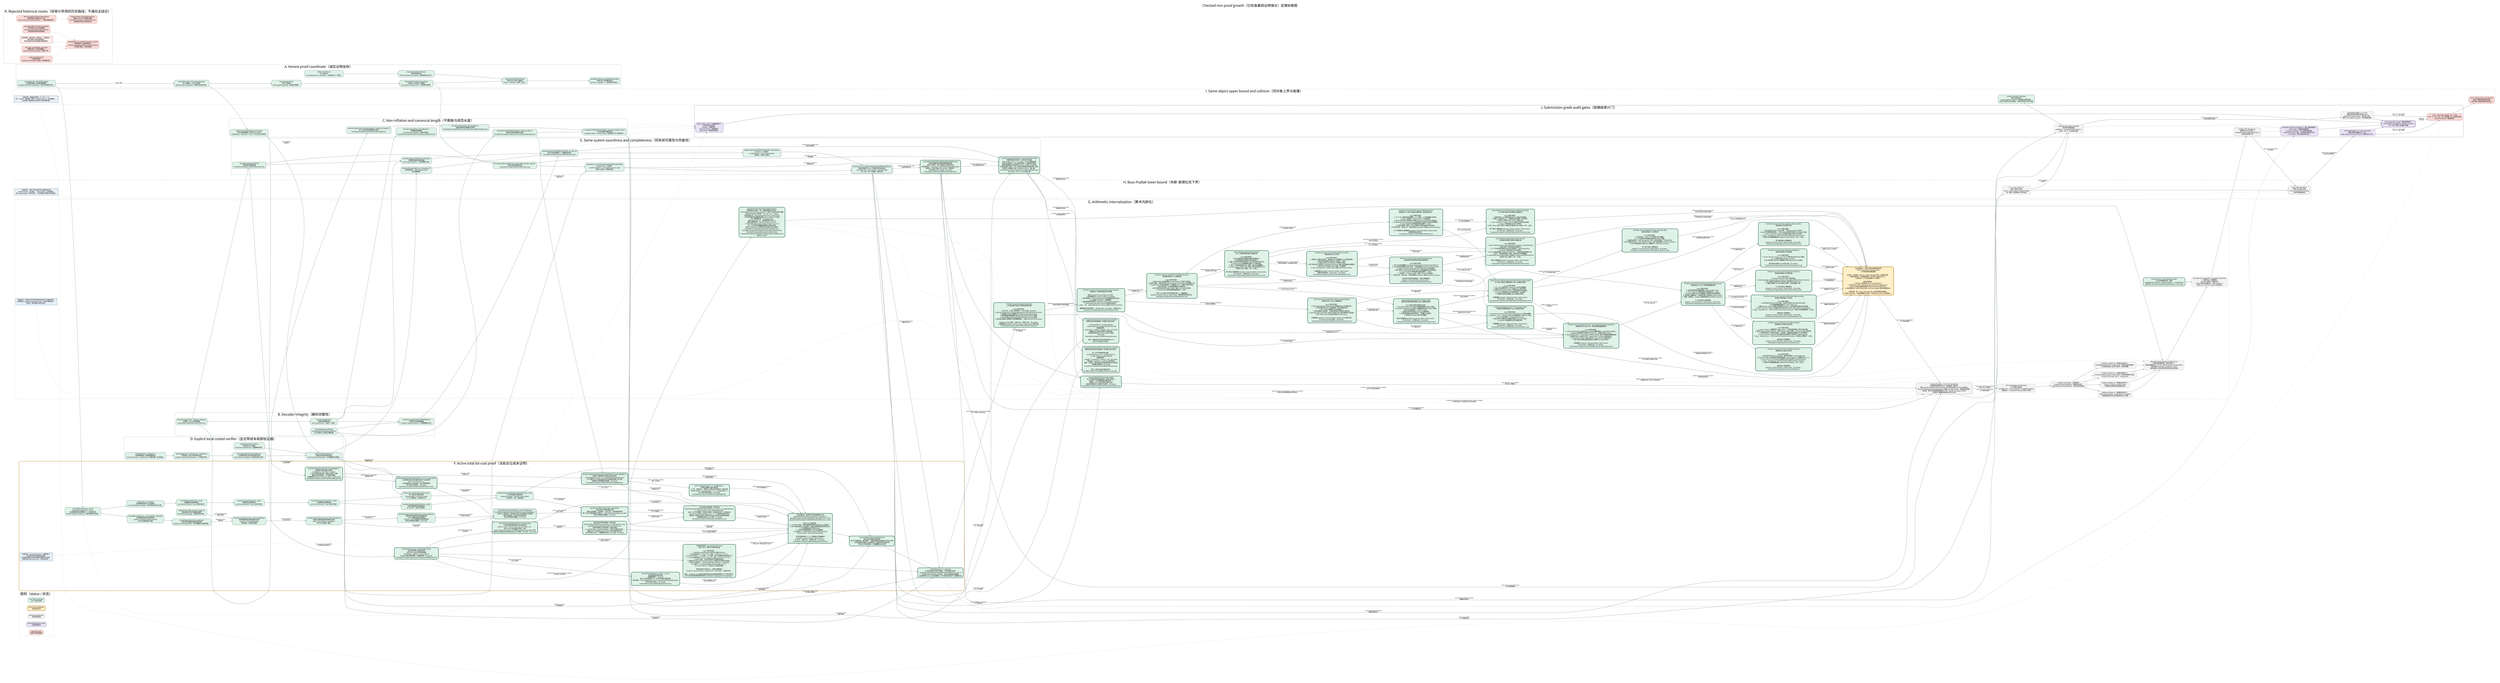
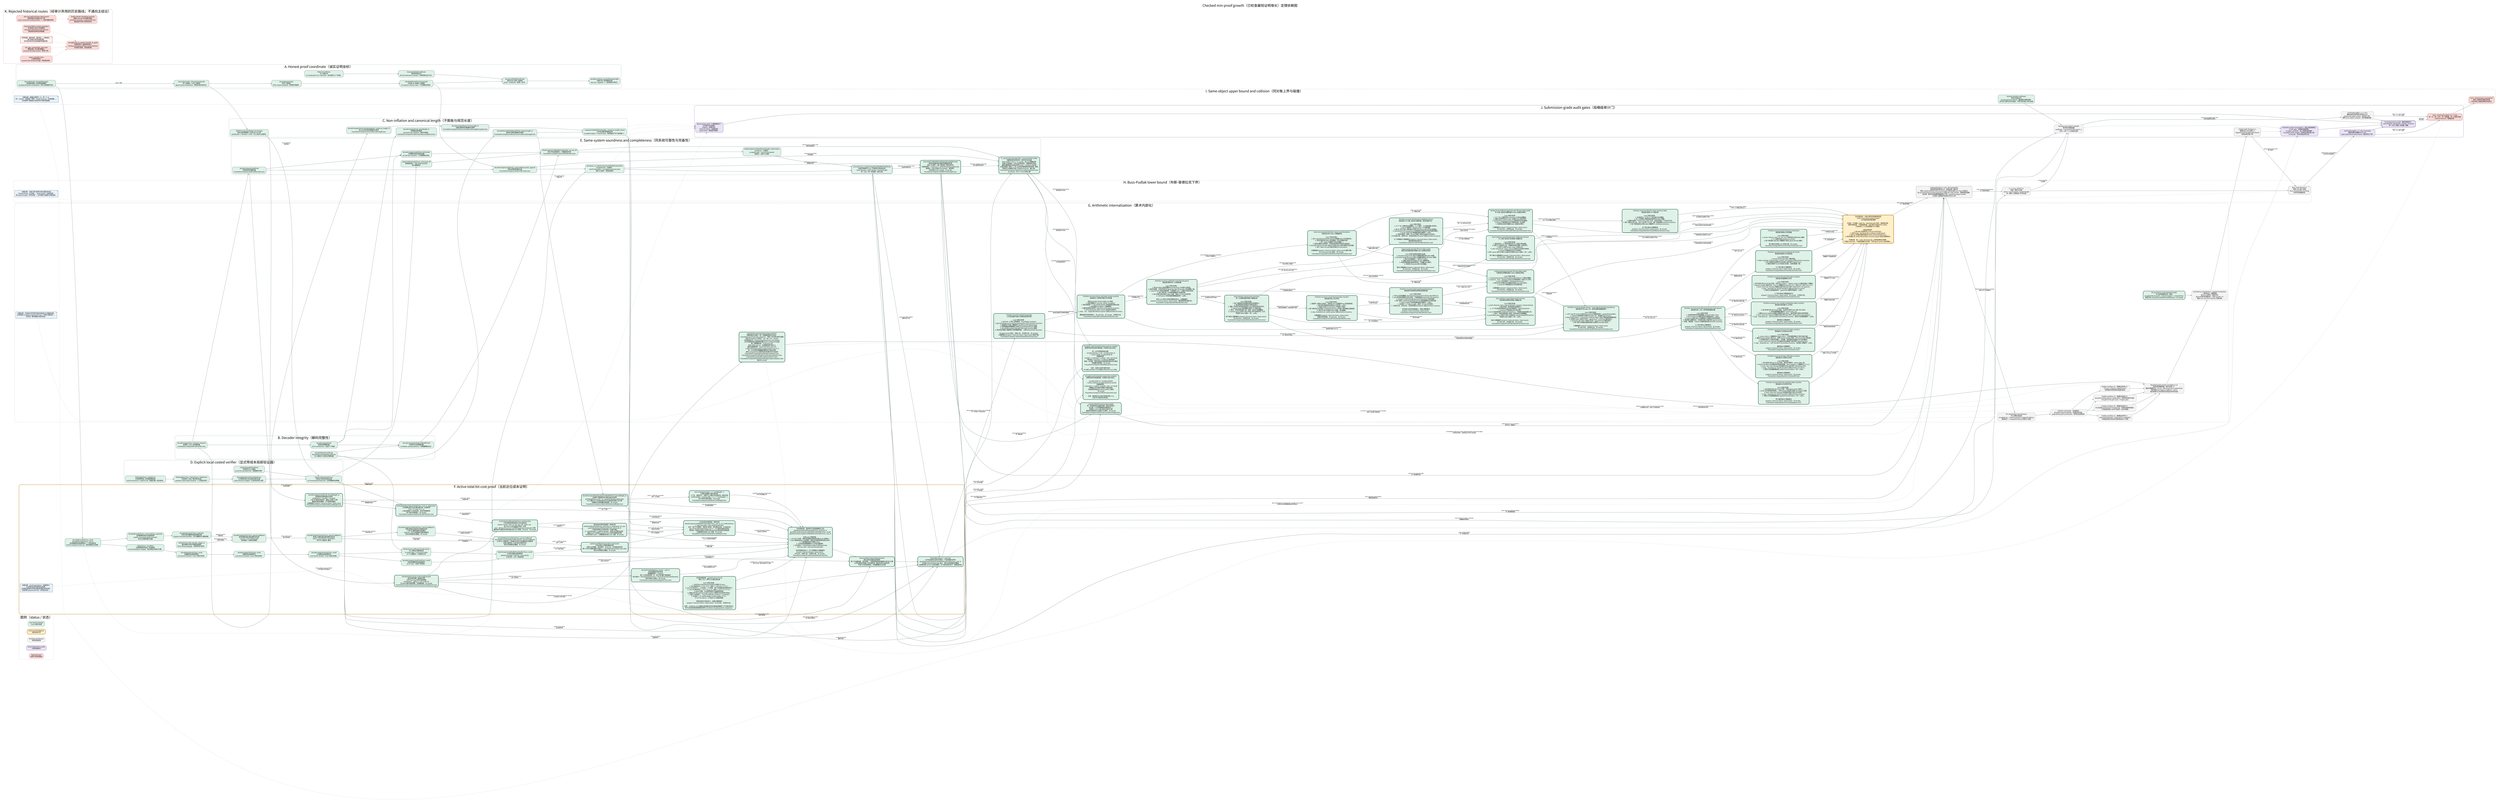
digraph CheckedMinProofDependencies {
  graph [
    rankdir=LR,
    bgcolor="white",
    compound=true,
    newrank=true,
    pad="0.35",
    nodesep="0.30",
    ranksep="0.62",
    fontname="Noto Sans CJK SC",
    fontsize=24,
    label="Checked min-proof growth（已检查最短证明增长）定理依赖图",
    labelloc="t",
    labeljust="c"
  ];
  node [
    shape=box,
    style="rounded,filled",
    fontname="Noto Sans CJK SC",
    fontsize=10.5,
    color="#526d75",
    fillcolor="#eef3f4",
    margin="0.14,0.09",
    penwidth=1.2
  ];
  edge [
    fontname="Noto Sans CJK SC",
    fontsize=8.5,
    color="#65777d",
    arrowsize=0.68,
    penwidth=1.05
  ];

  subgraph cluster_legend {
    label="图例（status / 状态）";
    color="#c8d1d4";
    style="rounded";
    done [label="Lean kernel checked\nLean 内核已检查", fillcolor="#dff2e8", color="#3f7c66"];
    active [label="Active proof obligation\n当前证明义务", fillcolor="#fff0c9", color="#b37a12", penwidth=2.2];
    pending [label="Pending root theorem\n待闭合根定理", fillcolor="#f3f3f3", color="#777777", style="rounded,filled,dashed"];
    audit [label="Axiom/dependency audit\n公理/依赖审计", fillcolor="#e9e3f5", color="#76639a"];
    rejected [label="Rejected route\n经审计弃用的路线", fillcolor="#f8d9d6", color="#a8443d", style="rounded,filled,dashed"];
  }

  subgraph cluster_coordinate {
    label="A. Honest proof coordinate（诚实证明坐标）";
    color="#8fb7aa";
    style="rounded";

    natcode [label="binaryNatCode / decodeBinaryNat\n自然数前缀码 / 自然数前缀解码\nescaped-bit prefix serialization（转义位前缀序列化）", fillcolor="#dff2e8"];
    syntaxcode [label="binaryTermCode + binaryFormulaCode\n项二进制码 + 公式二进制码\ntyped syntax serialization（类型化语法序列化）", fillcolor="#dff2e8"];
    sequentcode [label="binarySequentCode\n序列二进制码\nfinite sequent payload（有限序列载荷）", fillcolor="#dff2e8"];
    prooftree [label="CheckedPAProofTree.binaryCode\n已检查 PA 证明树二进制码\n10 sequent-calculus rules（十条相继式规则）", fillcolor="#dff2e8"];
    axiomcert [label="PAAxiomCertificate\nPA 公理证书\n23 constructors incl. induction（含归纳的 23 个构造）", fillcolor="#dff2e8"];
    structcert [label="StructuralValidityCertificate\n结构有效性证书\nall local witnesses counted（全部局部见证计长）", fillcolor="#dff2e8"];
    certifiedcode [label="binaryCertifiedPAProofCode\n带证书 PA 证明二进制码\nproof + certificate（证明 + 证书）", fillcolor="#dff2e8"];
    packedcode [label="packBinaryString / packedPayloadLength\n位串打包 / 有效载荷长度\nNat.size = payload + 1（自然数位长等式）", fillcolor="#dff2e8"];

    natcode -> syntaxcode [label="labels / 标签"];
    syntaxcode -> sequentcode;
    sequentcode -> prooftree;
    axiomcert -> structcert;
    prooftree -> certifiedcode;
    structcert -> certifiedcode;
    certifiedcode -> packedcode;
  }

  subgraph cluster_decoder {
    label="B. Decoder integrity（解码完整性）";
    color="#8fb7aa";
    style="rounded";

    typeddecoder [label="decodeCompactTerm / Formula / Sequent\n紧凑项 / 公式 / 序列解码器\nFoundationCompactPAProofVerifier.lean", fillcolor="#dff2e8"];
    proofdecoder [label="decodeCompactProof\n紧凑证明树解码器\nall 10 constructors（全部十个构造）", fillcolor="#dff2e8"];
    certdecoder [label="decodePAAxiomCertificate\ndecodeStructuralValidityCertificate\nPA 公理证书 / 结构证书解码器", fillcolor="#dff2e8"];
    packeddecoder [label="decodeCompactPackedCertifiedPAProof\n打包带证书证明解码器\nno hidden auxiliary witness（无隐藏辅助见证）", fillcolor="#dff2e8"];

    typeddecoder -> proofdecoder;
    certdecoder -> packeddecoder;
    proofdecoder -> packeddecoder;
  }

  subgraph cluster_size {
    label="C. Non-inflation and canonical length（不膨胀与规范长度）";
    color="#8fb7aa";
    style="rounded";

    structural [label="decodeCompactProof_parseWeight_le\n证明解码结构量界\nstructural non-inflation（结构不膨胀）\nFoundationCompactProofDecoderStructuralBound.lean", fillcolor="#dff2e8"];
    syntaxcanonical [label="decodeCompactTerm/Formula/Sequent_canonical_length_le\n项/公式/序列规范重编码长度界\nFoundationCompactCanonicalDecodeLength.lean", fillcolor="#dff2e8"];
    proofcanonical [label="decodeCompactProof_binaryLength_le\n完整证明树规范重编码长度界\nFoundationCompactProofCanonicalDecodeLengthComplete.lean", fillcolor="#dff2e8"];
    certcanonical [label="decodeStructuralValidityCertificate_binaryLength_le\n结构证书规范重编码长度界\nFoundationCompactCertificateCanonicalDecodeLength.lean", fillcolor="#dff2e8"];
    totalcanonical [label="compactCertifiedPAProofVerifier_canonical_length_bound\n公开验证器规范载荷总界\naccepted output <= honest input（接受输出不长于诚实输入）", fillcolor="#dff2e8"];
    transformsize [label="shift/free/neg/substitution size bounds\n移位/自由变量嵌入/否定/代入大小界\nsubstitution <= formula × term（代入至多公式乘项）", fillcolor="#dff2e8"];

    typeddecoder -> syntaxcanonical;
    proofdecoder -> structural;
    syntaxcanonical -> proofcanonical;
    certdecoder -> certcanonical;
    proofcanonical -> totalcanonical;
    certcanonical -> totalcanonical;
    syntaxcode -> transformsize;
  }

  subgraph cluster_explicit_local {
    label="D. Explicit local costed verifier（显式带成本局部验证器）";
    color="#8fb7aa";
    style="rounded";

    biteq [label="bitStringEqTrace / natEqTrace\n位串相等轨迹 / 自然数相等轨迹\nresult correctness + explicit cost（结果正确 + 显式成本）", fillcolor="#dff2e8"];
    bitset [label="bitStringMemTrace / SubsetTrace / SetEqTrace\n位串成员 / 包含 / 集合等价轨迹\nquadratic-style explicit bounds（二次型显式界）", fillcolor="#dff2e8"];
    formulalist [label="formulaEq/Mem/Subset/SetEqTrace\n公式相等/成员/包含/集合等价轨迹\ncode emission charged（公式码生成已计费）", fillcolor="#dff2e8"];
    listedtree [label="ListedCheckedPAProofTree\n列表序列 PA 证明树\npreserves decoded lists（保留解码列表）", fillcolor="#dff2e8"];
    listedcert [label="listedCertificateValidTrace\n列表证书有效性成本轨迹\nno Finset decide black box（无有限集判定黑箱）", fillcolor="#dff2e8"];

    biteq -> bitset;
    bitset -> formulalist;
    listedtree -> listedcert;
    formulalist -> listedcert;
    transformsize -> listedcert [label="local transforms\n局部变换"];
  }

  subgraph cluster_same_system {
    label="E. Same-system soundness and completeness（同系统可靠性与完备性）";
    color="#8fb7aa";
    style="rounded";

    listdecoder [label="decodeCompactListedProof\n列表保持证明解码器\nFoundationCompactListedProofDecoder.lean", fillcolor="#dff2e8"];
    projection [label="decodeCompactListedProof_toChecked\n列表解码投影到原检查器\n10-rule fuel induction（十规则燃料归纳）", fillcolor="#dff2e8"];
    localiff [label="listedCertificateValidTrace_toChecked_iff\n新局部轨迹 <-> 原 certificateValid\n语义精确等价", fillcolor="#dff2e8"];
    publiciff [label="listedCompactCertifiedPAProofVerifier_eq_true_iff\n新公开验证器接受 <-> 精确检查关系\nFoundationCompactListedCertifiedVerifier.lean", fillcolor="#dff2e8"];
    soundness [label="listedCompactCertifiedPAProofVerifier_toDerivation\nsoundness（可靠性）\naccepted code -> real PA Derivation2\n接受码 -> 真实 PA 推导", fillcolor="#dff2e8"];
    listencoder [label="decodeCompactListedProof_canonicalBinaryCode_append\n列表证明规范编码往返\nFoundationCompactListedProofEncoder.lean", fillcolor="#dff2e8"];
    completeness [label="derivation_to_listedCompactCertifiedPAProofVerifier\ncompleteness（完备性）\nreal PA derivation -> accepted canonical code\n真实 PA 推导 -> 规范接受码", fillcolor="#dff2e8"];
    predicate [label="Concrete P(x,y) / ListedCompactCertifiedPAProofChecks\n具体证明谓词 P(x,y) / 列表带证书检查关系\nsame formula + same checker + honest length\n同一公式 + 同一检查器 + 诚实长度", fillcolor="#dff2e8", penwidth=2.0];
    minmeasure [
      label="minListedCertifiedPAProofPayloadLength(formula)\n具体检查器诱导的最短完整载荷长度\n真实 PA 推导 -> 最小值由某个接受码实现\n任意接受码 -> minimum <= packedPayloadLength(code)\n接受码 -> 同公式真实 Derivation2（推导树）\n无项目级 proof_length；无 sorryAx\nFoundationCompactListedMinProofLength.lean",
      fillcolor="#dff2e8", color="#2f6f57", penwidth=2.8
    ];
    canonicalnormalize [
      label="P_canon(code, formulaCode) + canonical Bool verifier\n纯数值规范证明关系 + 规范布尔验证器\nBool verifier = true <-> P_canon，由 Lean 精确证明\n任意公开接受码 -> 同公式码规范码，完整载荷不增长\n最短完整载荷必由真实规范 proof + certificate 码实现\n全体码有限一致性 <-> 同 cutoff 的纯数值规范码有限一致性\n非规范/冗余编码不能人为压低 minimum（最小值）\nFoundationCompactListedCanonicalNormalization.lean\n无 sorryAx；仅三个 Lean 标准公理",
      fillcolor="#dff2e8", color="#2f6f57", penwidth=2.8
    ];

    typeddecoder -> listdecoder;
    listdecoder -> projection;
    proofdecoder -> projection;
    listedcert -> localiff;
    projection -> publiciff;
    localiff -> publiciff;
    packeddecoder -> publiciff;
    publiciff -> soundness;
    prooftree -> listencoder;
    listdecoder -> listencoder;
    listencoder -> completeness;
    listedcert -> completeness;
    soundness -> predicate;
    completeness -> predicate;
    predicate -> minmeasure [label="minimum over accepted codes\n对接受码取最小值"];
    completeness -> minmeasure [label="nonempty accepted set\n接受集合非空"];
    publiciff -> canonicalnormalize [label="decode every accepted code\n解码任意接受码"];
    listencoder -> canonicalnormalize [label="canonical re-encoding\n规范重编码"];
    totalcanonical -> canonicalnormalize [label="no payload growth\n载荷不增长"];
    minmeasure -> canonicalnormalize [label="minimum realized canonically\n最小值由规范码实现"];
  }

  subgraph cluster_cost_active {
    label="F. Active total bit-cost proof（当前总位成本证明）";
    color="#c18a27";
    style="rounded,bold";

    nattrace [label="decodeBinaryNatTrace_result\ndecodeBinaryNatTrace_cost_le\n自然数解码轨迹结果等价 + 二次位成本界\nNat.bit charged by Nat.size（按自然数位长收费）", fillcolor="#dff2e8", color="#3f7c66"];
    tracebind [label="OptionTrace + traceBind\n可选结果成本轨迹 + 轨迹绑定\nevery bind/failure charged（每次绑定/失败均计费）", fillcolor="#dff2e8", color="#3f7c66"];
    vectortrace [label="decodeManyVectorTrace_result\n向量解码轨迹结果等价\nLean kernel checked（Lean 内核已检查）", fillcolor="#dff2e8", color="#3f7c66"];
    termtrace [label="decodeCompactTermTrace_result\n项解码轨迹结果等价\nLean kernel checked（Lean 内核已检查）", fillcolor="#dff2e8", color="#3f7c66"];
    formulatrace [label="decodeCompactFormulaTrace_result\n公式解码轨迹结果等价\nLean kernel checked（Lean 内核已检查）", fillcolor="#dff2e8", color="#3f7c66"];
    prooftrace [label="decodeCompactListedProofTrace_result\n列表证明解码轨迹结果等价\nall 10 rules（全部十条规则）", fillcolor="#dff2e8", color="#3f7c66"];
    certtrace [label="PA/structural certificate decoder traces\nPA / 结构证书解码轨迹\n23 axiom tags + 4 recursive nodes\n23 个公理标签 + 4 种递归节点", fillcolor="#dff2e8", color="#3f7c66"];
    publictrace [label="listedCompactCertifiedPAProofVerifierTrace_result\n公开验证器轨迹结果等价\npacked envelope + formula + local checks\n打包外壳 + 公式 + 局部检查", fillcolor="#dff2e8", color="#3f7c66"];
    natpotential [label="decodeBinaryNatTrace_success/failure_potential\n自然数解码成功/失败势能界\nquartic consumed-prefix invariant\n四次已消费前缀不变量", fillcolor="#dff2e8", color="#3f7c66"];
    vectorpotential [label="decodeManyVectorTrace_potential\n任意长度向量解码摊还势能定理\ndisjoint consumed prefixes（互不重叠的已消费前缀）", fillcolor="#dff2e8", color="#3f7c66"];
    symbolcharge [label="arithmeticFunc/Rel_decode_charge_le\n算术函数/关系符号解码收费界\nfinite ORing language（有限有序环语言）", fillcolor="#dff2e8", color="#3f7c66"];
    termpotential [label="decodeCompactTermTrace_parserCostBound\n紧凑项解码器全路径摊还成本界\nsuccess + every failure path\n成功路径 + 全部失败路径", fillcolor="#dff2e8", color="#3f7c66"];
    formulapotential [label="decodeCompactFormulaTrace_parserCostBound\n紧凑公式解码器全路径摊还成本界\natoms / connectives / quantifiers\n原子式 / 联结词 / 量词", fillcolor="#dff2e8", color="#3f7c66"];
    proofpotential [
      label="decodeCompactListedProofTrace_parserCostBound\n列表证明树全路径四次势能成本界\n十条 PA 相继式规则全部通过\nand/cut 二叉子证明势能已望远镜相消\n成功/失败路径全覆盖；无 sorryAx",
      fillcolor="#dff2e8", color="#3f7c66"
    ];
    certpotential [
      label="decodePAAxiomCertificateTrace_parserCostBound\ndecodeStructuralValidityCertificateTrace_parserCostBound\n23 种 PA 公理标签 + 4 种递归证书节点全路径四次势能界\n归纳公理体和二元证书树已摊还闭合\n成功/失败路径全覆盖；无 sorryAx",
      fillcolor="#dff2e8", color="#3f7c66", penwidth=2.2
    ];
    packedcost [
      label="packed proof/formula decoder cost bounds\n打包证明/公式解码器成本界\n证明+证书串联、末位哨兵、dropLast、空后缀全部闭合\n两个公开打包解码器均不超过 2 × decoderPotential(Nat.size code)\n成功/失败路径全覆盖；无 sorryAx",
      fillcolor="#dff2e8", color="#2f6f57", penwidth=2.8
    ];
    transformcode [
      label="transformation binary-code length bounds\n语法变换完整二进制码长界\nshift/free/neg 均至多线性膨胀\nsubstitution：|phi[t]| <= 3(F+1)(W+1)F\n含 qpow 量词深度预算；无隐藏参数；无 sorryAx\nFoundationCompactSyntaxTransformationCodeBounds.lean",
      fillcolor="#dff2e8", color="#2f6f57", penwidth=2.8
    ];
    negtrace [
      label="binaryFormulaNegTrace_result / _cost_le\n否定变换真实递归轨迹\n结果精确等于 ∼formula\n每个公式构造收费一步；原子项向量不重复遍历\n执行成本 <= formulaSymbolCount <= |binaryFormulaCode(formula)|\n单文件探针已通过；无 sorryAx\nFoundationCompactSyntaxNegationTrace.lean",
      fillcolor="#dff2e8", color="#2f6f57", penwidth=2.8
    ];
    axmjoint [
      label="axm comparator input <= 2 * jointWeight + 1\n公理比较器输入联合坐标界\n上下文、候选句子、完整 PA 公理证书均落在同一诚实位权\ncertificateBits + sentenceBits + 1 <= 2 * jointWeight + 1\n四个坐标引理已通过；无 sorryAx\nFoundationCompactListedAxiomJointWeight.lean",
      fillcolor="#dff2e8", color="#2f6f57", penwidth=2.8
    ];
    honestproof [
      label="decodeCompactListedProof_honestWeight_le\n列表保持证明树诚实位权界\nweight(tree) + 8|suffix| <= 8|input|\n十条 PA 规则全部闭合；重复公式逐个计费\n覆盖任意成功解码，不只是规范编码\n公理画像仅 propext / Classical.choice / Quot.sound\nFoundationCompactListedProofHonestWeight.lean",
      fillcolor="#dff2e8", color="#2f6f57", penwidth=2.8
    ];
    honestcert [
      label="decodeCompactPackedListedCertifiedPAProof_honestWeight_le\n证明树+完整结构证书联合诚实位权界\njointWeight(tree,cert) <= 8 * packedPayloadLength(code)\nPA 公理证书 23 标签及递归证书全部由实际输入位计费\n无辅助见证和隐藏长度参数；无 sorryAx\nFoundationCompactListedCertifiedHonestWeight.lean",
      fillcolor="#dff2e8", color="#2f6f57", penwidth=2.8
    ];
    localprimitives [
      label="formulaEq/Mem/Subset/SetEqTrace_cost_le_polynomial\n公式相等/成员/包含/集合等价统一位成本界\nP(w) = 4 + 2(w+3)^2 + w\nw 是全部输入公式码位权，包含列表重复项\n四个端点全部通过；无 sorryAx\nFoundationCompactListedLocalCostPrimitives.lean",
      fillcolor="#dff2e8", color="#2f6f57", penwidth=2.8
    ];
    localbranches9 [
      label="10/10 listedCertificateValidTrace cost branches\n十条证明规则局部成本分支全部闭合\nclosed / verum / and / or / all / exs / wk / shift / cut：\n由 P(G(w)) 及生成语法界统一计费\naxm：由 A(w)=K*(2w+1)^12 的真实 guarded comparator 计费\n最终每节点固定多项式包络已由 Lean 检查；无 haxm、无 sorryAx",
      fillcolor="#dff2e8", color="#2f6f57", penwidth=2.8
    ];
    localinduction [
      label="联合坐标内部归纳骨架 + 具体实例\nlistedCertificateValidTrace_jointCost_le_polynomial_of_axm\nguardedListedCertificateValidTrace_jointCost_le\n十规则证明树/证书同步统一归纳已通过\nb = proofWeight + certificateWeight（证明+证书联合位权）\n抽象 haxm 已由真实 guarded axm 成本定理具体消除\n公开实例无 haxm；公理画像仅标准 Lean 公理；无 sorryAx",
      fillcolor="#dff2e8", color="#2f6f57", penwidth=2.8
    ];
    publicskeleton [
      label="公开总成本内部骨架 + 具体实例\nlistedCompactCertifiedPAProofVerifierTrace_cost_le_of_certificateTrace\ns = Nat.size(code) + Nat.size(formulaCode)\n合并：两个打包解码、局部证书检查、结论集合比较、公式码比较\nQ(s)=4*decoderPotential(s)+L(s)+1，L(s) 是显式固定多项式\n原先唯一内部证书成本义务现已由 guarded 联合成本定理消除\n公理画像仅标准 Lean 公理；无 sorryAx\nFoundationCompactListedPublicCostSkeleton.lean",
      fillcolor="#dff2e8", color="#2f6f57", penwidth=2.8
    ];
    publiccost [
      label="【主终端完成：具体带守卫检查器最终汇合】\nguardedListedCertificateValidTrace_jointCost_le\nguardedListedCompactCertifiedPAProofVerifierTrace_result\nguardedListedCompactCertifiedPAProofVerifierTrace_cost_le\n\n已由 Lean 内核检查：\n1. axm 的 23 标签、接受/拒绝路径和候选长度 guard 全部统一；\n2. axm 局部成本进入与证明树、结构证书相同的诚实联合位权；\n3. 十规则整树成本不再带 haxm；\n4. 公开轨迹结果精确等于公开验证器结果；\n5. 总位成本 <= listedPublicVerifierCostPolynomial(\n   Nat.size code + Nat.size formulaCode)。\n\n定向构建退出码 0；五个关键端点公理画像仅\npropext / Classical.choice / Quot.sound。\n无 haxm、无输入包、无项目公设、无 sorryAx。\nFoundationCompactListedGuardedAxiomCost.lean",
      fillcolor="#dff2e8", color="#2f6f57", penwidth=2.8
    ];
    amortized [label="Success/failure total potential bound\n成功/失败全路径总势能界\n两个打包解码器、语法变换、十规则局部检查和最终比较均已计费\n公开轨迹的所有输入对均满足同一固定多项式位成本界\n不是只分析接受路径；无隐藏辅助见证长度", fillcolor="#dff2e8", color="#2f6f57", style="rounded,filled", penwidth=2.8];
    costnote [shape=note, label="关键注释：result equivalence（结果等价）\n只证明轨迹没有改掉验证结果；\n必须再证明成功/失败全路径的固定多项式界，\n才能声称 polynomial time（多项式时间）。", fillcolor="#e8f1f8", color="#4e7892"];
    transformtrace [label="【共享终端完成：guarded axiom trace】\n移位 / 代入 / 带守卫公理比较轨迹\n\nLean 内核已检查：\n1. shift/free/substitution/list/fixitr 的真实 QTrace；\n2. fixitr 输出码长 <= 4*(L+1)^2；成本 <= 128*(m+L+1)^2*L；\n3. succInd 四次代入、三次否定、三个析取、两个全称量词全部真实执行；\n4. succInd 输出码长 <= 10^7*(L+1)^4；成本 <= 10^11*(L+1)^12；\n5. guard 完备：合法相等候选不会被提前拒绝；\n6. 接受分支 fixitr/allClosure/formulaEq 与拒绝分支总成本均闭合；\n7. 全部 23 标签统一：true iff certificate.sentence = candidate；\n8. 总成本 <= K*(certificateBits+sentenceBits+1)^12，\n   K=10^30+(3B+4)，B 为显式 26 句固定预算。\n\n两条验收命令退出码 0；关键公理画像仅\npropext / Classical.choice / Quot.sound；无 sorryAx、无项目公设。\n\n边界：certificate-only 直接生成完整归纳句在稀疏变量编号下不可能多项式；\n本节点完成的是保持接受关系的 candidate-length guarded comparator。", fillcolor="#dff2e8", color="#2f6f57", style="rounded,filled", penwidth=2.8];
    polytime [label="VerifierBitCost(x,y) <= p(|x|+|y|)\n公开验证器总位成本不超过一个显式固定多项式\nguardedListedCompactCertifiedPAProofVerifierTrace_cost_le\n对全部 code/formulaCode 成立，成功与失败路径均覆盖\n这里是项目 QTrace 位成本模型；PA 内短证明仍由下一簇单独完成", fillcolor="#dff2e8", color="#2f6f57", style="rounded,filled", penwidth=2.8];

    natcode -> nattrace;
    nattrace -> tracebind;
    tracebind -> vectortrace;
    vectortrace -> termtrace;
    termtrace -> formulatrace;
    formulatrace -> prooftrace;
    certdecoder -> certtrace;
    formulatrace -> certtrace;
    prooftrace -> publictrace;
    certtrace -> publictrace;
    publictrace -> amortized [label="exact behavior first\n先固定精确行为"];
    nattrace -> natpotential;
    natpotential -> vectorpotential;
    vectorpotential -> termpotential [label="argument vectors\n参数向量"];
    symbolcharge -> termpotential [label="finite symbol decoding\n有限符号解码"];
    termpotential -> formulapotential [label="terms inside atoms\n原子式中的项"];
    formulapotential -> proofpotential [label="formulas inside sequents\n序列中的公式"];
    proofpotential -> certpotential [label="proof/certificate alignment\n证明树/证书树对齐"];
    formulapotential -> certpotential [label="induction body\n归纳公理体"];
    certpotential -> packedcost [label="proof + certificate stream\n证明 + 证书串"];
    publictrace -> packedcost [label="same executable result\n同一可执行结果"];
    packedcost -> publiccost [label="decoded objects\n已解码对象"];
    transformsize -> transformcode [label="from symbol count to full bits\n从符号数提升到完整位长"];
    transformcode -> negtrace [label="input bit-length control\n输入位长控制"];
    negtrace -> publiccost [label="closed/cut negation charge\n闭合/切规则否定计费"];
    transformcode -> publiccost [label="generated-code bounds\n生成公式码长界"];
    listdecoder -> honestproof [label="all successful parses\n全部成功解码"];
    honestproof -> honestcert [label="proof-tree charge\n证明树计费"];
    certcanonical -> honestcert [label="full certificate bits\n完整证书位"];
    honestcert -> publiccost [label="joint decoded-data bound\n联合解码数据界"];
    honestcert -> axmjoint [label="proof + certificate coordinate\n证明 + 证书坐标"];
    axmjoint -> publiccost [label="guarded comparator input bound\n带守卫比较器输入界"];
    listedcert -> localprimitives [label="exact trace costs\n精确轨迹成本"];
    honestproof -> localprimitives [label="duplicate-preserving weights\n保留重复项位权"];
    localprimitives -> publiccost [label="uniform quadratic bound\n统一二次界"];
    localprimitives -> localbranches9 [label="per-rule instantiation\n逐规则实例化"];
    transformcode -> localbranches9 [label="generated syntax bounds\n生成语法界"];
    localbranches9 -> publiccost [label="nine checked branches\n九条已检查分支"];
    localbranches9 -> localinduction [label="structural aggregation\n结构汇总"];
    localinduction -> publiccost [label="haxm concretely discharged\nhaxm 已由具体定理消除"];
    localinduction -> publicskeleton [label="local certificate polynomial\n局部证书多项式"];
    packedcost -> publicskeleton [label="two packed decoder bounds\n两个打包解码界"];
    honestcert -> publicskeleton [label="decoded joint weight\n解码联合位权"];
    publicskeleton -> publiccost [label="concrete discharge checked\n具体消义务已检查"];
    listedcert -> publiccost [label="explicit local checks\n显式局部检查"];
    publiccost -> amortized;
    totalcanonical -> amortized [label="consumed-length control\n消费长度控制"];
    costnote -> amortized [style=dotted, arrowhead=none, constraint=false];
    transformcode -> transformtrace;
    transformtrace -> publiccost [label="guarded axm + shift/free/substitution costs\n带守卫公理 + 移位/自由化/代入成本"];
    amortized -> polytime;
    transformtrace -> polytime;
    totalcanonical -> polytime [label="input/output length control\n输入输出长度控制"];
    listedcert -> polytime [label="local cost bounds\n局部成本界"];
    predicate -> polytime [label="exact executable relation\n精确可执行关系"];
  }

  subgraph cluster_internalization {
    label="G. Arithmetic internalization（算术内部化）";
    color="#9a9a9a";
    style="rounded,dashed";

    listedconmeta [label="ListedCertifiedFiniteConsistencyAt(k)\n同一列表保持验证器的有限一致性元层语义\n无长度 <= k 的完整载荷码被接受为 ⊥\n普通及 2^(A*n) 放大版本无条件为真\n接受反向恢复同公式真实 PA 推导；无 sorryAx\nFoundationCompactListedFiniteConsistencyTarget.lean", fillcolor="#dff2e8", color="#2f6f57", penwidth=2.8];
    arithinput [label="Primitive-recursive packed input layer\n公开验证器打包输入的原始递归算术层\n\nLean 内核已检查：\n1. Nat.bits（小端二进制展开）为 primitive recursive；\n2. getLast?/dropLast 与 sentinel payload peel 均为 primitive recursive；\n3. 剥离成功 iff 输入精确等于 packBinaryString(payload)；\n4. 新剥离器结果精确等于现有 packedPayloadTrace 结果；\n5. decodeBinaryNat 已由 right-fold state machine 重建；\n6. 新状态机逐输入精确等于原前缀解码器，二者均为 primitive recursive。\n\n无 typed syntax 假设、无输入包、无项目公设、无 sorryAx；\n公理画像仅 propext / Classical.choice / Quot.sound 或其子集。\nFoundationCompactListedVerifierArithmeticInput.lean", fillcolor="#dff2e8", color="#2f6f57", penwidth=2.8];
    tokenstream [label="Primitive-recursive binary-Nat token stream machine\n原始递归二进制自然数记号流机器\n\n具体 bounded iterator 已由 Lean 检查：\n1. 状态明确区分 running / failed / accepted；\n2. 每步调用同一个 decodeBinaryNat 并保留真实剩余位串；\n3. 总步数由 inputBits+1 明确限制；\n4. 最终结果逐位串等于 repeated-prefix reference parser；\n5. binaryNatCode token stream 的规范往返成立；\n6. step、run、output 和 reference parser 全部 primitive recursive。\n\n覆盖畸形和非规范输入；无 rawCode、无 sorryAx、无项目公设。\nFoundationCompactBinaryNatStreamMachine.lean", fillcolor="#dff2e8", color="#2f6f57", penwidth=2.8];
    bitsync [label="Exact noncanonical bit/token stream synchronization\n非规范位流与 token 流精确同步\n\nLean 内核已检查：\n1. 定义 repeated decodeBinaryNat 的精确 token/位后缀关系；\n2. 关系可按任意 token 前后缀唯一切分并重新合成；\n3. 同一 token 前缀留下的位后缀唯一；\n4. 规范位编码只是特例，不把非规范高位零误判为规范码；\n5. bounded stream decoder 成功 iff 全部 token 恰好消费至空位后缀；\n6. 每个 token-list split 都对应真实 bit boundary。\n\n公理画像仅 propext / Classical.choice / Quot.sound 或其子集；\n无 canonical-input 假设、无 sorryAx。\nFoundationCompactBinaryNatStreamSynchronization.lean", fillcolor="#dff2e8", color="#2f6f57", penwidth=2.8];
    syntaxparser [label="Primitive-recursive arithmetic term/formula parser\n原始递归算术项 / 公式解析器\n\nLean 内核已检查：\n1. 纯 Nat token 状态机覆盖 bvar/fvar/func 与全部公式构造；\n2. 有序环函数、关系符号码与 typed decoder 的 decode₂ 条件精确一致；\n3. repeat frame 逐项处理参数，不按稀疏 arity 一次展开巨型任务表；\n4. 每个真实项 / 公式都有精确执行步数定理；\n5. 执行步数不超过真实 token 长度，固定二次 fuel 必然足够；\n6. 公开 parser 对规范编码精确返回同一 suffix。\n\n定向 Lean 探针与目标构建退出码 0；公理画像仅\npropext / Classical.choice / Quot.sound；静态禁用项扫描为空。\nFoundationCompactSyntaxTokenMachine.lean", fillcolor="#dff2e8", color="#2f6f57", penwidth=2.8];
    syntaxinversion [label="Exact arbitrary-input syntax inversion\n项 / 公式解析器任意输入精确反演\n\nLean 内核已检查：\n1. 每个纯数值任务栈都有类型化前缀语义；\n2. 每次数值状态转换反向保持该语义；\n3. 函数 / 关系符号有效码恢复同 arity 的真实有序环符号；\n4. repeat frame 恢复精确长度的 Fin 参数向量；\n5. 成功、失败及畸形输入统一由同一后向不变量覆盖；\n6. numeric parser 返回 suffix iff 输入等于某真实项 / 公式\n   的规范 token 前缀 ++ 同一 suffix。\n\n两个端点公理画像仅 propext / Classical.choice / Quot.sound；\n无 rawCode、无项目公设、无 sorryAx。\nFoundationCompactSyntaxTokenMachineInversion.lean", fillcolor="#dff2e8", color="#2f6f57", penwidth=2.8];
    syntaxbitsync [label="Typed syntax decoder iff exact token prefix\n类型化语法解码器与精确 token 前缀双向等价\n\nLean 内核已检查任意成功位串：\n1. decodeCompactTerm 成功 iff 精确消费该项 token 前缀；\n2. decodeCompactFormula 成功 iff 精确消费该公式 token 前缀；\n3. 两方向均保留同一个真实 bit suffix；\n4. 函数/关系符号代码由 decode₂ 精确恢复；\n5. 任意有限参数向量逐项同步，不隐藏 arity 展开；\n6. 非规范 binaryNat 表示完全覆盖。\n\n端点公理画像仅 propext / Classical.choice / Quot.sound；\n无 rawCode、无项目公设、无 sorryAx。\nFoundationCompactSyntaxBitTokenSynchronization.lean", fillcolor="#dff2e8", color="#2f6f57", penwidth=2.8];
    closedformula [label="Primitive-recursive closed-formula token machine\n原始递归闭公式记号机\n\nLean 内核已检查：\n1. 复用同一紧凑公式语法，但所有 term 位置遇到 fvar 标签即拒绝；\n2. 每次成功恢复真实类型化公式及同一 suffix；\n3. 恢复公式的 freeVariables 严格等于空集；\n4. 每个真实闭公式及每个 ArithmeticSentence 的嵌入规范编码必被接受；\n5. 成功 iff 闭公式规范 token 前缀，双向精确；\n6. step / bounded run / public parser 全部 primitive recursive。\n\n公理画像仅 propext / Classical.choice / Quot.sound；\n无额外闭性参数、无 rawCode、无 sorryAx。\nFoundationCompactClosedFormulaTokenMachine.lean", fillcolor="#dff2e8", color="#2f6f57", penwidth=2.8];
    proofparser [label="Primitive-recursive listed-proof structural parser\n原始递归列表保持证明树结构解析器\n\nLean 内核已检查：\n1. 纯 Nat 任务栈覆盖 closed/axm/verum/and/or/all/exs/wk/shift/cut；\n2. axm 标签现调用独立闭公式机，不再把普通 proposition 当 sentence；\n3. sequent cardinality 由 repeat-formula frame 逐项消费；\n4. 每个真实 ListedCheckedPAProofTree 都有精确执行步数定理；\n5. and/cut 左右子证明按编码顺序消费同一 suffix；\n6. 总步数 <= 2*tokenLength，固定二次 fuel 必然足够；\n7. 十标签分派、闭句分支、总状态机和公开 parser 全部 primitive recursive。\n\n定向探针及目标构建通过；关键公理画像仅\npropext / Classical.choice / Quot.sound。\nFoundationCompactProofTokenMachine.lean", fillcolor="#dff2e8", color="#2f6f57", penwidth=2.8];
    proofinversion [label="Exact arbitrary-input listed-proof inversion\n列表保持证明树任意输入精确反演\n\nLean 内核已检查：\n1. proof / formula / term / repeat-formula / sequent / closed-formula\n   六类任务统一具有类型化前缀语义；\n2. 十个节点标签的每条反向分支均恢复同一 typed proof tree；\n3. and/cut 严格恢复左右子树次序；\n4. axm 分支恢复真实 ArithmeticSentence，不接受含自由变量公式；\n5. 成功、失败及畸形输入由同一后向状态不变量覆盖；\n6. proof token parser 成功 iff 输入为某真实 ListedCheckedPAProofTree\n   的规范 token 前缀 ++ 同一 suffix。\n\n端点公理画像仅 propext / Classical.choice / Quot.sound；\n无 rawCode、无项目公设、无 sorryAx。\nFoundationCompactProofTokenMachineInversion.lean", fillcolor="#dff2e8", color="#2f6f57", penwidth=2.8];
    certparser [label="Primitive-recursive PA/structural certificate parsers\n原始递归 PA 公理 / 结构证书解析器（规范完备方向）\n\nLean 内核已检查：\n1. 23 个 PA 公理标签全部覆盖；0..21 固定，3/4 校验函数/关系码；\n2. tag 22 调用同一 binder-arity-1 公式解析器；\n3. 新 PA 证书 token 编码逐证书等于旧 binary code 的 Nat 前缀流；\n4. leaf/axiomCert/unary/binary 四类结构证书由显式任务栈递归解析；\n5. binary 左右子证书按编码顺序消费同一 suffix；\n6. 线性步数界、固定二次 fuel 和两个规范往返端点均已闭合；\n7. PA 标签分派、结构节点、总状态机和公开 parser 全部 primitive recursive。\n\n七个关键端点公理画像仅 propext / Classical.choice / Quot.sound；\n静态禁用项扫描为空。\nFoundationCompactCertificateTokenMachine.lean", fillcolor="#dff2e8", color="#2f6f57", penwidth=2.8];
    certinversion [label="Exact arbitrary-input PA/structural certificate inversion\nPA 公理 / 结构证书任意输入精确反演\n\nLean 内核已检查：\n1. 固定标签 0..21 逐项恢复对应 PA 公理证书构造器；\n2. 标签 3/4 恢复同 arity、同编码的真实函数 / 关系符号；\n3. 标签 22 恢复 binder-arity-1 归纳公式；\n4. leaf / axiomCert / unary / binary 四类节点全部反向恢复；\n5. binary 严格恢复左右子证书顺序；\n6. 两个 parser 成功 iff 输入为真实证书规范 token 前缀 ++ 同一 suffix。\n\n两个端点公理画像仅 propext / Classical.choice / Quot.sound；\n无 rawCode、无项目公设、无 sorryAx。\nFoundationCompactCertificateTokenMachineInversion.lean", fillcolor="#dff2e8", color="#2f6f57", penwidth=2.8];
    proofbitsync [label="Listed proof typed decoder iff exact token prefix\n列表保持证明解码器与 token 前缀双向等价\n\nLean 内核已检查：\n1. closed/axm/verum/and/or/all/exs/wk/shift/cut 十规则全覆盖；\n2. sequent、term、formula 与左右子证明保留同一真实 bit suffix；\n3. axm 分支恢复同一 ArithmeticSentence；\n4. 成功方向与完备方向均覆盖非规范 binaryNat 表示；\n5. and/cut 严格保留左右子树消费次序。\n\n公理画像仅 propext / Classical.choice / Quot.sound；\n无 rawCode、无项目公设、无 sorryAx。\nFoundationCompactProofBitTokenSynchronization.lean", fillcolor="#dff2e8", color="#2f6f57", penwidth=2.8];
    certbitsync [label="PA/structural certificate typed decoder iff exact token prefix\nPA 公理 / 结构证书解码器与 token 前缀双向等价\n\nLean 内核已检查：\n1. 23 个 PA 公理标签及 induction 公式体全部覆盖；\n2. 函数/关系符号由 decode₂ 恢复同 arity 真实符号；\n3. leaf/axiomCert/unary/binary 四类递归证书全覆盖；\n4. binary 严格保留左右证书顺序及同一位后缀；\n5. 任意成功位串与精确 token 前缀双向等价。\n\n公理画像仅 propext / Classical.choice / Quot.sound；\n无 rawCode、无项目公设、无 sorryAx。\nFoundationCompactCertificateBitTokenSynchronization.lean", fillcolor="#dff2e8", color="#2f6f57", penwidth=2.8];
    packedtokensync [label="Primitive-recursive packed stream + exact typed-decoder equivalence\n原始递归打包 token 流 + 类型化解码器精确等价\n\nLean 内核已检查：\n1. 公开 code 的 sentinel 哨兵位与 payload 剥离使用同一 packedPayloadBits；\n2. payload 逐前缀转为完整 Nat token 流，流函数已证 Primrec；\n3. listed proof tokens ++ structural certificate tokens 按公开解码顺序精确拼接；\n4. 证明码 token 流成功 iff 同一 typed proof + certificate 解码成功；\n5. formulaCode token 流成功 iff 同一 typed formula 解码成功；\n6. 两个等价均保留全载荷消费与非规范 binaryNat 表示。\n\n公理画像仅 propext / Classical.choice / Quot.sound；\n无 rawCode、无项目公设、无 sorryAx。\nFoundationCompactListedPackedBitTokenSynchronization.lean", fillcolor="#dff2e8", color="#2f6f57", penwidth=2.8];
    numericvalues [label="Primitive-recursive term/formula/sequent value parsers\n原始递归项 / 公式 / 序列数值值解析器\n\nLean 内核已检查：\n1. 在结构判断同时保留精确 canonical token slice；\n2. term 与 formula 解析返回已消费值及同一 suffix；\n3. sequent 按首 token 的基数逐公式解析并保持原顺序；\n4. 规范输入精确往返；任意成功输入恢复真实 typed syntax；\n5. 单值、重复值、sequent 总解析器全部 primitive recursive。\n\n九个审计端点公理画像仅\npropext / Classical.choice / Quot.sound；无 sorryAx。\nFoundationCompactNumericSyntaxValueParser.lean", fillcolor="#dff2e8", color="#2f6f57", penwidth=2.8];
    numericchecks [label="Primitive-recursive numeric formula-list checks\n原始递归数值公式列表检查\n\nLean 内核已检查：\n1. canonical formula token 编码单射；\n2. token equality / membership / subset / set equality 全部 primitive recursive；\n3. 四个结果在任意规范公式列表上逐点等于 typed trace；\n4. 重复元素按 Finset 外延语义处理，与原检查器一致。\n\n九个审计端点公理画像仅\npropext / Classical.choice / Quot.sound；无 sorryAx。\nFoundationCompactNumericFormulaListChecks.lean", fillcolor="#dff2e8", color="#2f6f57", penwidth=2.8];
    numericconstructors [label="Primitive-recursive direct formula constructors\n原始递归直接公式构造器\n\nLean 内核已检查：\n1. verum / falsum / and / or / all / exs 六种构造全为纯 token 函数；\n2. 六个函数全部 primitive recursive；\n3. 每个规范输入逐 token 精确等于真实 typed formula 编码。\n\n审计端点仅依赖 Lean 标准公理；无 sorryAx。\nFoundationCompactNumericFormulaConstructors.lean", fillcolor="#dff2e8", color="#2f6f57", penwidth=2.8];
    numericnegation [label="Primitive-recursive formula-negation token machine\n原始递归公式否定记号机\n\nLean 内核已检查：\n1. 运行状态只有 Nat 与 Nat 列表，不把 typed syntax 当输入；\n2. term 记号逐项原样复制，八种 formula 标签执行真实 De Morgan 对偶；\n3. term / term-list / formula 的完整任务执行语义均已闭合；\n4. step、bounded run 与公开 transform 全部 primitive recursive；\n5. 规范公式前缀精确返回 negated formula tokens + 同一 suffix。\n\n两个最终端点公理画像仅\npropext / Classical.choice / Quot.sound；无 sorryAx。\nFoundationCompactNumericFormulaNegation.lean", fillcolor="#dff2e8", color="#2f6f57", penwidth=2.8];
    numericshift [label="Primitive-recursive formula-shift token machine\n原始递归公式移位记号机\n\nLean 内核已检查：\n1. 运行状态只有 Nat 与 Nat 列表，逐任务消费同一 parser token 流；\n2. bound variable 与全部结构标签原样保留，free variable [1,i] 精确变为 [1,i+1]；\n3. term / term-list / formula 的完整执行语义逐点等于 Rewriting.shift；\n4. step、bounded run 与公开 transform 全部 primitive recursive；\n5. 规范公式前缀精确返回 shifted formula tokens + 同一 suffix。\n\n最终端点公理画像仅\npropext / Classical.choice / Quot.sound；无 sorryAx。\nFoundationCompactNumericFormulaShift.lean", fillcolor="#dff2e8", color="#2f6f57", penwidth=2.8];
    numericfree [label="Primitive-recursive formula-free token machine\n原始递归公式自由化记号机\n\nLean 内核已检查：\n1. source arity n+1 精确降到 target arity n，任务栈携带量词下真实当前元数；\n2. 最后 bound variable 变为 &0，较早 bound variable 保持，旧 free variable 取后继；\n3. 仅消费长度为 2 的真实变量头，空消费、失败路径及函数头均不会误触发；\n4. term / term-list / formula 沿元数等式的完整语义逐点等于 Rewriting.free；\n5. step、bounded run、公开 transform 均 primitive recursive，规范输入保留同一 suffix。\n\n最终端点公理画像仅\npropext / Classical.choice / Quot.sound；无 sorryAx。\nFoundationCompactNumericFormulaFree.lean", fillcolor="#dff2e8", color="#2f6f57", penwidth=2.8];
    numericsubstitution [label="Primitive-recursive one-variable substitution token machine\n原始递归单变量代入记号机\n\nLean 内核已检查：\n1. 运行状态只有 Nat 与 Nat 列表，见证项以固定 token 输入进入迭代；\n2. 任务栈精确跟踪量词下 source arity 1+d；\n3. 最后 bound variable 替换为完整闭见证 token，其余变量与结构头原样保留；\n4. term / term-list / formula 完整执行语义逐 token 等于 ((Rew.subst ![w]).qpow d)；\n5. step、bounded run、公开 transform 均 primitive recursive，规范公式前缀保留同一 suffix。\n\n最终端点公理画像仅\npropext / Classical.choice / Quot.sound；无 sorryAx。\nFoundationCompactNumericFormulaSubstitution.lean", fillcolor="#dff2e8", color="#2f6f57", penwidth=2.8];
+     numericfixitr [label="Primitive-recursive formula-fixitr token machine\n原始递归变量捕获记号机\n\nLean 内核已检查：\n1. 运行状态只有 Nat 与 Nat 列表，任意 base arity n、capture count m 与量词深度 d 均覆盖；\n2. bound variable 保持不变；free i<m 精确变为 bound n+d+i；其余 free i 变为 free (i-m)；\n3. term / term-list / formula 完整执行语义逐 token 等于 ((Rew.fixitr n m).qpow d)；\n4. step、bounded run 与公开 transform 全部 primitive recursive；\n5. 规范公式前缀返回同一 typed fixitr 结果并保留同一 suffix。\n\n十个审计端点公理画像至多为\npropext / Classical.choice / Quot.sound；无 sorryAx、无项目公设。\nFoundationCompactNumericFormulaFixitr.lean", fillcolor="#dff2e8", color="#2f6f57", penwidth=2.8];
    numericfixedaxioms [label="Primitive-recursive fixed PA-axiom sentence table\n原始递归固定 PA 公理句表\n\nLean 内核已检查：\n1. 证书标签 0..21 的 22 个非归纳分支全覆盖；\n2. 20 个无参数公理直接返回规范句 token 常量；\n3. 函数外延按 4 个合法 (arity,code) 分派，关系外延按 2 个合法对分派；\n4. 输入/输出只有 Nat、Nat×Nat 和 List Nat，整个查表函数 primitive recursive；\n5. 每个规范固定证书逐 token 精确等于 certificate.sentence。\n\n五个审计端点公理画像仅\npropext / Classical.choice / Quot.sound；无 sorryAx。\nFoundationCompactNumericFixedPAAxiomSentence.lean", fillcolor="#dff2e8", color="#2f6f57", penwidth=2.8];
-     numericparser [label="【主终端当前：归纳公理句的纯数值构造】\nPublic local-check numeric graph\n公开局部检查纯数值图\n\n已闭合：打包输入 token 化、typed decoder 同步、数值语法值、\n四类列表检查、六种直接构造、否定/移位/自由化/代入，\n以及标签 0..21 的全部固定 PA 公理句。\n\n当前证明任务：\n1. 纯 token 构造标签 22 的 succInd(body)；\n2. 实现 fvSup / fixitr / allClosure 及 candidate-length guard；\n3. 合并 23 标签后逐规则复现 listedCertificateValidTrace；\n4. 闭合完整公开 verifier 的 primitive-recursive graph 及逐点结果等式。\n\n完成标准：同一 code / formulaCode 上接受结果逐点相等；\n不借旧 rawCode，不增加隐藏见证长度，不把 typed syntax 当外部输入。", fillcolor="#fff0c9", color="#b37a12", penwidth=2.8];
+     numericparser [label="【主终端当前：归纳公理句的纯数值构造】\nPublic local-check numeric graph\n公开局部检查纯数值图\n\n已闭合：打包输入 token 化、typed decoder 同步、数值语法值、\n四类列表检查、六种直接构造、否定/移位/自由化/代入/fixitr，\n以及标签 0..21 的全部固定 PA 公理句。\n\n当前证明任务：\n1. 纯 token 构造标签 22 的 succInd(body)；\n2. 实现 fvSup / allClosure 及 candidate-length guard；\n3. 合并 23 标签后逐规则复现 listedCertificateValidTrace；\n4. 闭合完整公开 verifier 的 primitive-recursive graph 及逐点结果等式。\n\n完成标准：同一 code / formulaCode 上接受结果逐点相等；\n不借旧 rawCode，不增加隐藏见证长度，不把 typed syntax 当外部输入。", fillcolor="#fff0c9", color="#b37a12", penwidth=2.8];
    compactformula [label="CompactProof(x,y) + Con_PA^compact(k)\n紧凑证明谓词算术公式 + 紧凑有限一致性句\n绿色 ListedCertifiedFiniteConsistencyAt 已给出正确 Lean Prop 元层语义\n旧 succinctFiniteConsistencySentence 仍指 raw-code checker（原始码检查器）\n待证明：算术句标准模型精确等价于同一 guarded compact verifier\n以及短二进制数词实例的公式大小界", fillcolor="#f3f3f3", color="#777777", style="rounded,filled,dashed", penwidth=2.0];
    patrace [label="PA computation-trace theorem\nPA 计算轨迹定理\naccepted run -> short PA proof of CompactProof(x,y)\n接受运行 -> CompactProof(x,y) 的短 PA 证明", fillcolor="#f3f3f3", color="#777777", style="rounded,filled,dashed"];
    suitable [label="suitable numeration（合适枚举）\nbit graph representability（位图可表示性）\npolynomial proof construction（多项式证明构造）", fillcolor="#f3f3f3", color="#777777", style="rounded,filled,dashed"];
    cond0 [label="Pudlak condition (0)（普德拉克条件 0）\nPA 内证明 proof-bound monotonicity（证明长度界单调性）\nP 的较紧/较松 cutoff 可在同一公式中转换", fillcolor="#f3f3f3", color="#777777", style="rounded,filled,dashed"];
    cond1 [label="Pudlak condition (1)（普德拉克条件 1）\nexternal short proof -> internal P(n, code(phi))\n外部短证明以多项式开销内部化为 P 实例", fillcolor="#f3f3f3", color="#777777", style="rounded,filled,dashed"];
    cond2 [label="Pudlak condition (2)（普德拉克条件 2）\nP(n,m) -> P(q1(n), code(P(n,m)))\n证明谓词实例自身的定量内部化", fillcolor="#f3f3f3", color="#777777", style="rounded,filled,dashed"];
    cond3 [label="Pudlak condition (3)（普德拉克条件 3）\nbounded modus ponens composition（有界肯定前件合成）\nP(n,phi) 与 P(n,phi->psi) -> P(q2(n),psi)", fillcolor="#f3f3f3", color="#777777", style="rounded,filled,dashed"];
    mpcompiler [label="Accepted-code bounded modus ponens compiler\n接受码有界肯定前件编译器（外部语义层已闭合）\n\n同一公开列表保持验证器：\naccept(codeImp, A->B) + accept(codeA, A)\n  -> exists codeB, accept(codeB, B)\n完整载荷界：\n|codeB| <= |codeImp| + |codeA| + 240 + 34*S(A,B)\n两份输入 proof tree + certificate 原样复用\n树级、证书级、规范码级及任意接受码端点均已通过\n无隐藏长度参数；无 sorryAx\nFoundationCompactCertifiedModusPonens.lean\n\n注意：这里只关闭外部码合成；\nPA 内部 condition (3) 仍须由 arithmetic trace 内化。", fillcolor="#dff2e8", color="#2f6f57", penwidth=2.8];
    conjcompiler [label="Accepted-code bounded conjunction compiler\n接受码有界合取编译器（外部语义层已闭合）\n\naccept(codeA,A) + accept(codeB,B)\n  -> exists codeAnd, accept(codeAnd,A and B)\n完整载荷界：\n|codeAnd| <= |codeA| + |codeB| + 144 + 11*S(A,B)\n两棵输入树与两份完整证书原样复用\n任意接受码端点及 axiom profile 已通过\n无 sorryAx\nFoundationCompactCertifiedConjunction.lean\n\n注意：固定重言式与原文拼接步骤 (i)-(v)\n以及 PA 内部化仍未闭合。", fillcolor="#dff2e8", color="#2f6f57", penwidth=2.8];
    qdiagonal [label="Quantitative parameterized diagonalization\n定量参数化对角化（同一完整载荷坐标已闭合）\nFoundation parameterized_diagonal₁：固定 P 的全称证明为常数\n真实 Derivation2 实例化：cut + wk + exs + closed\n显式结构证书：binary(unary(baseCert), unary(leaf))\n公开列表保持验证器接受完整 proof+certificate 打包码\n短二进制数码项：2*previous+bit\n码长 O(Nat.size m)，标准模型值严格为 m\n最终完整载荷界：baseProof+baseCert+192\n + 2048*(formulaConstant+stepConstant*|m|+1)^3\n同一公式实例的精确最短载荷也不超过该界\n具体 CompactProof 谓词仍由灰色算术化节点提供\nFoundationCompactDerivationSpecialization.lean\nFoundationCompactCertifiedDerivationSpecialization.lean\nFoundationCompactBinaryNumeralTerm.lean\nFoundationCompactParameterizedDiagonalSpecialization.lean\n端点无 sorryAx", fillcolor="#dff2e8", color="#2f6f57", penwidth=2.8];
    proofassembly [label="Bounded proof-calculus assembly (i)-(v)\n有界证明演算拼接（原文步骤 i-v）\n固定命题重言式 + (0)-(3) + MP/conjunction composition\n逐步得到 not P(q5(m), bottom) -> D(m)\n每次拼接与公式实例化均须显式多项式长度", fillcolor="#f3f3f3", color="#777777", style="rounded,filled,dashed"];
    paconsistency [label="PA consistency in the standard model\nPA 在标准模型中的一致性\naccepted falsum proof -> real Derivation2 -> contradiction\n项目已有 noListedCertifiedPAProofOfFalsum；无 sorryAx", fillcolor="#dff2e8", color="#2f6f57", penwidth=2.4];
    exponentextract [label="Consistency contradiction + exponent extraction\n一致性反证 + 指数提取\n短 D(m) 证明与一致性冲突\nq5(m) 的多项式重标定 -> 存在 epsilon > 0\n推出 Con_A(n) 无 n^epsilon 长度证明", fillcolor="#f3f3f3", color="#777777", style="rounded,filled,dashed"];
    diagonal [label="Pudlak 1986 Theorem 3.1\n普德拉克 1986 定理 3.1\ndiagonal proof-length lower bound\n对角证明长度下界", fillcolor="#f3f3f3", color="#777777", style="rounded,filled,dashed", penwidth=2.0];
    internalnote [shape=note, label="关键注释：外部运行时间界不能自动变成 PA 内部短证明。\n必须构造 accepted computation trace（接受计算轨迹），\n并在同一算术编码中逐步验证。", fillcolor="#e8f1f8", color="#4e7892"];

    predicate -> compactformula [label="exact standard-model relation\n精确标准模型关系"];
    minmeasure -> compactformula [label="same honest payload length\n同一诚实载荷长度"];
    canonicalnormalize -> compactformula [style=dotted, label="normalization audit only; public guarded verifier remains the target\n仅作规范化审计；目标仍是公开带守卫验证器"];
    predicate -> listedconmeta [label="same accepted-code relation\n同一接受码关系"];
    minmeasure -> listedconmeta [label="same payload coordinate\n同一载荷坐标"];
    listedconmeta -> compactformula [label="arithmetize this exact semantics\n算术化这一精确语义"];
    canonicalnormalize -> listedconmeta [label="pointwise same-cutoff equivalence\n逐点同截断值等价"];
    polytime -> arithinput [label="same packed inputs and bit-cost coordinate\n同一打包输入与位成本坐标"];
    arithinput -> tokenstream [label="primitive-recursive payload and Nat-prefix base\n原始递归载荷与自然数前缀基础"];
    tokenstream -> bitsync [label="exact arbitrary-input stream semantics\n任意输入流精确语义"];
    tokenstream -> syntaxparser [label="bounded exact tokenization\n有界精确记号化"];
    bitsync -> syntaxbitsync [label="exact bit suffix invariant\n精确位后缀不变量"];
    syntaxparser -> syntaxbitsync [label="same term/formula token grammar\n同一项/公式 token 文法"];
    syntaxparser -> syntaxinversion [label="backward typed realization invariant\n反向类型化实现不变量"];
    syntaxinversion -> numericvalues [label="arbitrary syntax success is canonical\n任意语法成功均为真实规范前缀"];
    syntaxinversion -> closedformula [label="typed prefix recovery + no-fvar invariant\n类型化前缀恢复 + 无自由变量不变量"];
    closedformula -> proofparser [label="axm sentence task\n公理叶闭句任务"];
    syntaxparser -> proofparser [label="checked syntax-task machine\n已检查语法任务机"];
    syntaxparser -> certparser [label="induction-body formula parser\n归纳公理体公式解析"];
    syntaxinversion -> proofinversion [label="term / formula arbitrary inversion\n项 / 公式任意反演"];
    proofparser -> proofinversion [label="ten-rule numeric state machine\n十规则纯数值状态机"];
    closedformula -> proofinversion [label="real sentence recovery\n真实闭句恢复"];
    proofinversion -> numericparser [label="arbitrary proof success is canonical\n任意证明成功均为真实规范前缀"];
    syntaxinversion -> certinversion [label="induction-formula arbitrary inversion\n归纳公式任意反演"];
    certparser -> certinversion [label="23+4 certificate numeric machines\n23+4 类证书纯数值机"];
    certinversion -> numericparser [label="arbitrary certificate success is canonical\n任意证书成功均为真实规范前缀"];
    syntaxbitsync -> numericparser [label="term/formula typed-bit equivalence closed\n项/公式类型化位级等价已闭合"];
    bitsync -> proofbitsync [label="same exact bit suffix\n同一精确位后缀"];
    syntaxbitsync -> proofbitsync [label="typed sequent/term/formula components\n类型化序列/项/公式部件"];
    proofparser -> proofbitsync [label="same ten-rule token grammar\n同一十规则 token 文法"];
    bitsync -> certbitsync [label="same exact bit suffix\n同一精确位后缀"];
    syntaxbitsync -> certbitsync [label="induction-body formula synchronization\n归纳公式体同步"];
    certparser -> certbitsync [label="same 23+4 token grammar\n同一 23+4 类 token 文法"];
    proofbitsync -> numericparser [label="typed proof bit equivalence closed\n证明树类型化位级等价已闭合"];
    certbitsync -> numericparser [label="typed certificate bit equivalence closed\n证书类型化位级等价已闭合"];
    arithinput -> packedtokensync [label="same sentinel-packed inputs\n同一哨兵位打包输入"];
    tokenstream -> packedtokensync [label="primitive-recursive full tokenization\n原始递归完整 token 化"];
    proofbitsync -> packedtokensync [label="proof segment equivalence\n证明段等价"];
    certbitsync -> packedtokensync [label="certificate segment equivalence\n证书段等价"];
    packedtokensync -> numericvalues [label="same public token streams\n同一公开 token 流"];
    numericvalues -> numericchecks [label="exact numeric syntax values\n精确数值语法值"];
    numericchecks -> numericparser [label="same local list decisions\n同一局部列表判定"];
    numericvalues -> numericconstructors [label="canonical token values\n规范 token 值"];
    numericconstructors -> numericparser [label="six direct formula constructors\n六种直接公式构造"];
    numericvalues -> numericnegation [label="same parser task semantics\n同一解析任务语义"];
    numericnegation -> numericparser [label="exact De Morgan token transform\n精确 De Morgan 记号变换"];
    numericvalues -> numericshift [label="same parser task semantics\n同一解析任务语义"];
    numericshift -> numericparser [label="exact free-index successor transform\n精确自由变量后继变换"];
    numericvalues -> numericfree [label="same parser task and binder arity\n同一解析任务与绑定元数"];
    numericfree -> numericparser [label="exact arity-lowering free transform\n精确降元自由化变换"];
    numericvalues -> numericsubstitution [label="same parser task and witness tokens\n同一解析任务与见证记号"];
    numericsubstitution -> numericparser [label="exact qpow substitution transform\n精确量词下代入变换"];
+     numericvalues -> numericfixitr [label="same parser task and binder arity\n同一解析任务与绑定元数"];
+     numericfixitr -> numericparser [label="exact qpow fixitr transform\n精确量词下变量捕获变换"];
    certbitsync -> numericfixedaxioms [label="same PA-certificate tags and parameters\n同一 PA 证书标签与参数"];
    numericfixedaxioms -> numericparser [label="tags 0..21 exact sentence tokens\n标签 0..21 精确公理句记号"];
    numericparser -> compactformula [label="same numeric machine graph\n同一纯数值机器图"];
    compactformula -> patrace [label="fixed formula and binary numerals\n固定公式与二进制数词"];
    internalnote -> patrace [style=dotted, arrowhead=none, constraint=false];
    patrace -> suitable;
    suitable -> cond0;
    suitable -> cond1;
    suitable -> cond2;
    suitable -> cond3;
    predicate -> mpcompiler [label="same public verifier\n同一公开验证器"];
    canonicalnormalize -> mpcompiler [label="decoded payload never grows\n解码规范化不增长"];
    mpcompiler -> cond3 [style=dotted, label="external compiler closed; PA internal proof remains\n外部编译已闭合；仍需 PA 内部短证明"];
    predicate -> conjcompiler [label="same public verifier\n同一公开验证器"];
    canonicalnormalize -> conjcompiler [label="decoded payload never grows\n解码规范化不增长"];
    conjcompiler -> proofassembly [style=dotted, label="external conjunction primitive closed\n外部合取原语已闭合"];
    compactformula -> qdiagonal [style=dotted, arrowhead=none, constraint=false, label="later instantiate the closed generic compiler at concrete P\n后续把已闭合通用编译器实例化到具体 P"];
    suitable -> qdiagonal [style=dotted, arrowhead=none, constraint=false, label="concrete P conditions belong to later assembly\n具体 P 条件属于后续拼接"];
    transformcode -> qdiagonal [label="formula-instance size bound already checked\n公式实例大小界已检查"];
    cond0 -> proofassembly;
    cond1 -> proofassembly;
    cond2 -> proofassembly;
    cond3 -> proofassembly;
    qdiagonal -> proofassembly;
    proofassembly -> exponentextract;
    paconsistency -> exponentextract;
    exponentextract -> diagonal;
  }

  subgraph cluster_buss {
    label="H. Buss-Pudlak lower bound（布斯-普德拉克下界）";
    color="#9a9a9a";
    style="rounded,dashed";

    family [label="F_n = Con_T((f(n))^c)\n有限一致性公式族\nsame T / proof system / symbol length\n同一理论 / 证明系统 / 符号长度", fillcolor="#f3f3f3", color="#777777", style="rounded,filled,dashed"];
    rescale [label="Buss 1994 Theorem 5\n布斯 1994 第 5 定理\ntime-constructible rescaling\n时间可构造重标定", fillcolor="#f3f3f3", color="#777777", style="rounded,filled,dashed", penwidth=2.0];
    lower [label="minProofLength(F_n) > U(n) eventually\n最短证明长度最终大于 U(n)\nsuper-polynomial lower bound（超多项式下界）", fillcolor="#e9e3f5", color="#76639a", style="rounded,filled,dashed", penwidth=2.0];
    lowernote [shape=note, label="关键注释：文献下界只能用于原文满足条件的\nformula family（公式族）、proof system（证明系统）\n和 symbol length（符号长度）；名字相似不能替代对象恒等。", fillcolor="#e8f1f8", color="#4e7892"];

    compactformula -> family [label="same CompactProof predicate\n同一紧凑证明谓词"];
    minmeasure -> family [label="exact minimum length coordinate\n精确最短长度坐标"];
    diagonal -> rescale [label="power lower-bound seed\n幂下界种子"];
    family -> rescale;
    rescale -> lower [label="explicit time-constructible f\n显式时间可构造函数 f"];
    lowernote -> rescale [style=dotted, arrowhead=none, constraint=false];
  }

  subgraph cluster_collision {
    label="I. Same-object upper bound and collision（同对象上界与碰撞）";
    color="#9a9a9a";
    style="rounded,dashed";

    sondowcert [label="Sondow checked certificates\n索多已检查证书\nassume gamma rational（假设欧拉常数有理）\n本节点只表示证书已检查，不等于同对象上界已完成", fillcolor="#dff2e8", color="#3f7c66"];
    samecompiler [label="Sondow same-object compiler\n索多同对象编译器\ncertificate -> real proof of the same F_n\n证书 -> 同一 F_n 的真实证明", fillcolor="#f3f3f3", color="#777777", style="rounded,filled,dashed"];
    upper [label="minProofLength(F_n) <= U(n)\n最短证明长度不超过多项式 U(n)\npolynomial upper bound（多项式上界）\n等待 same-object compiler（同对象编译器）", fillcolor="#f3f3f3", color="#777777", style="rounded,filled,dashed"];
    collision [label="U(N) < minProofLength(F_N) <= U(N)\n同一 N、同一公式、同一检查器、同一长度的矛盾\ncollision theorem（碰撞定理）", fillcolor="#f8d9d6", color="#a8443d", style="rounded,filled,dashed", penwidth=2.5];
    final [label="not is_rational euler_mascheroni\n欧拉-马歇罗尼常数非有理\n仅在全部上游根定理闭合后成立", fillcolor="#f8d9d6", color="#a8443d", style="rounded,filled,dashed", penwidth=2.5];
    samenote [shape=note, label="关键注释：碰撞必须是同一 N、同一 F_N、\n同一 checker（检查器）和同一 length measure（长度度量）。\n只证明两个抽象接口各自存在不能形成碰撞。", fillcolor="#e8f1f8", color="#4e7892"];

    sondowcert -> samecompiler;
    family -> samecompiler [label="formula identity\n公式恒等"];
    predicate -> samecompiler [label="same checker/length\n同一检查器/长度"];
    minmeasure -> samecompiler [label="same minimum payload measure\n同一最短载荷度量"];
    samecompiler -> upper [label="canonical accepted proof code\n规范且被接受的证明码"];
    upper -> collision [label="same F_N / same length\n同一 F_N / 同一长度"];
    lower -> collision [label="same F_N / same length\n同一 F_N / 同一长度"];
    samenote -> collision [style=dotted, arrowhead=none, constraint=false];
    collision -> final;
  }

  subgraph cluster_audit {
    label="J. Submission-grade audit gates（投稿级审计门）";
    color="#76639a";
    style="rounded";

    axioms [label="#print axioms audit（公理画像审计）\n已完成节点仅依赖：\npropext（命题外延）\nClassical.choice（经典选择）\nQuot.sound（商类型可靠性）", fillcolor="#e9e3f5", color="#76639a"];
    forbidden [label="Forbidden project assumptions（禁止项目级假设）\nno tail_gap（无尾部间隙参数）\nno upper_provider（无上界提供者参数）\nno project proof_length（无项目证明长度公设）\nno sorryAx（无未完成证明公设）", fillcolor="#e9e3f5", color="#76639a"];
    gate [label="Final dependency audit（最终依赖审计）\nsame formula / parameter / checker / measure\n同一公式 / 参数 / 检查器 / 度量", fillcolor="#e9e3f5", color="#76639a", penwidth=2.0];

    totalcanonical -> axioms [style=dotted];
    publiciff -> axioms [style=dotted];
    completeness -> axioms [style=dotted];
    nattrace -> axioms [style=dotted];
    polytime -> forbidden [style=dashed];
    diagonal -> forbidden [style=dashed];
    samecompiler -> forbidden [style=dashed];
    lower -> gate;
    upper -> gate;
    axioms -> gate;
    forbidden -> gate;
    gate -> collision [style=dashed, label="audit pass\n审计通过"];
  }

  subgraph cluster_rejected_routes {
    label="K. Rejected historical routes（经审计弃用的历史路线；不通向主结论）";
    color="#a8443d";
    style="rounded,dashed";

    rawgodel [label="Nat.size(rawProofCode) lower bound\n原始哥德尔证明码位长下界\nunary-numeral encoding artifact（一元数词编码伪影）", fillcolor="#f8d9d6", color="#a8443d", style="rounded,filled,dashed"];
    postfixraw [label="Postfix checker rebuilding rawCode\n重建 rawCode 的后缀检查器\nprimitive recursive != polynomial time\n原始递归不等于多项式时间", fillcolor="#f8d9d6", color="#a8443d", style="rounded,filled,dashed"];
    abstractgap [label="tail_gap / computable_gap input\n尾部间隙 / 可计算间隙输入\nassumes the lower bound（预设下界）", fillcolor="#f8d9d6", color="#a8443d", style="rounded,filled,dashed"];
    abstractupper [label="upper_provider input\n上界提供者输入\nassumes the Sondow bridge（预设索多桥）", fillcolor="#f8d9d6", color="#a8443d", style="rounded,filled,dashed"];
    unsimulated [label="Unproved Hilbert-system simulation\n未证明的 Hilbert 系统模拟\nwrong/uncalibrated proof measure\n错误或未校准的证明度量", fillcolor="#f8d9d6", color="#a8443d", style="rounded,filled,dashed"];
    graft [label="strengthened_to_partial / transfer_to_graft\n加强到部分 / 嫁接转移接口\ninterface packaging without source theorem\n只有接口包装、没有源定理", fillcolor="#f8d9d6", color="#a8443d", style="rounded,filled,dashed"];
    rejectednote [shape=note, label="弃用判据：编码伪影、循环输入、对象错位，\n或只给接口而没有根定理。\n本区域没有任何边连接最终碰撞定理。", fillcolor="#fff1f0", color="#a8443d"];

    rawgodel -> postfixraw [style=dotted, color="#a8443d"];
    abstractgap -> graft [style=dotted, color="#a8443d"];
    abstractupper -> graft [style=dotted, color="#a8443d"];
    unsimulated -> graft [style=dotted, color="#a8443d"];
    rejectednote -> graft [style=dotted, arrowhead=none, color="#a8443d"];
  }
}
